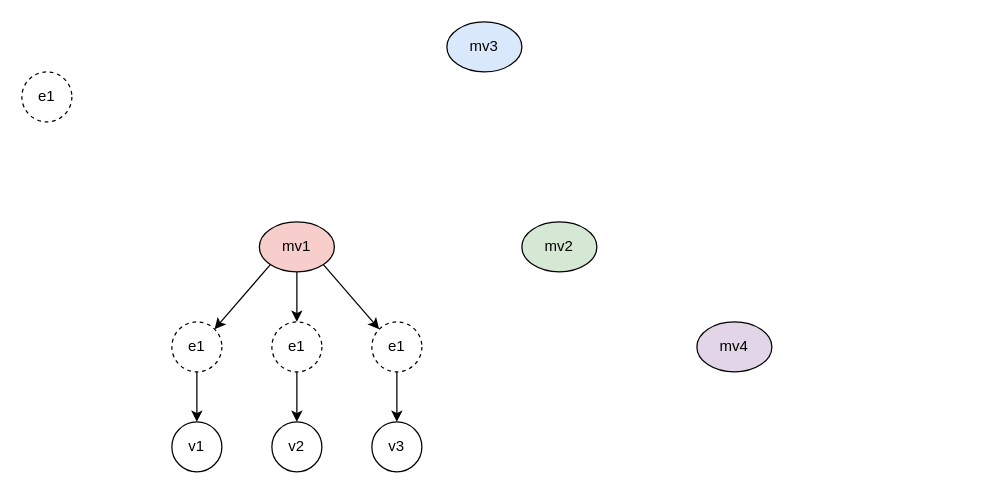
Above: page "Predicate form" (1 of 2) of FlattedMG_Simple.drawio in DMfananddu/MAG_Diploma (draw.io), before the change. Source tidied: cells renumbered, new cells numbered last; positions are measured from the earlier drawing's top-left corner, leaving out a move shared by most shapes. Both pictures are drawn from the tidied source at 125%, with x=0, y=0 at pixel (21, 21).
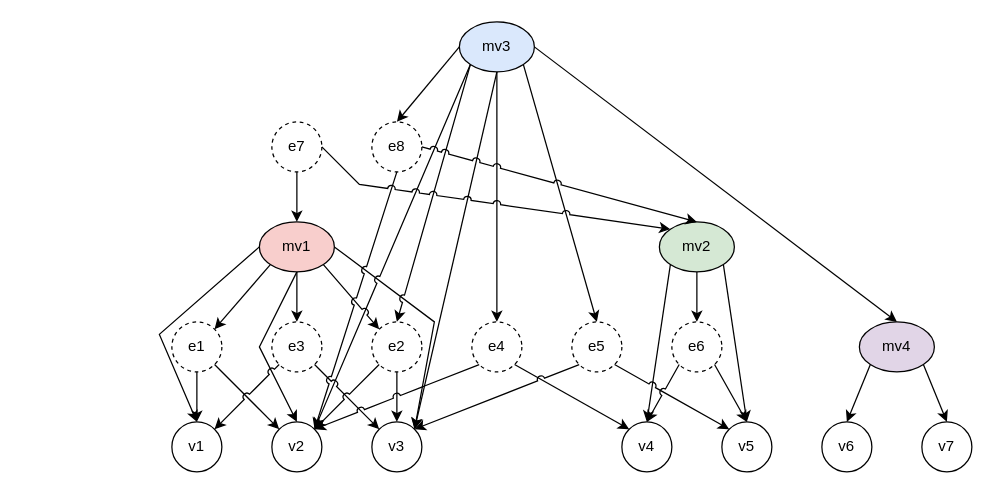
Above is the later version.

Unchanged cells that the change refers to:
```xml
<mxCell id="2" value="v1" style="ellipse;whiteSpace=wrap;html=1;fillColor=none;" parent="1" vertex="1">
  <mxGeometry x="120" y="320" width="40" height="40" as="geometry" />
</mxCell>
<mxCell id="10" value="mv1" style="ellipse;whiteSpace=wrap;html=1;fillColor=#f8cecc;strokeColor=#000000;" parent="1" vertex="1">
  <mxGeometry x="190" y="160" width="60" height="40" as="geometry" />
</mxCell>
<mxCell id="11" value="v2" style="ellipse;whiteSpace=wrap;html=1;fillColor=none;" parent="1" vertex="1">
  <mxGeometry x="200" y="320" width="40" height="40" as="geometry" />
</mxCell>
<mxCell id="12" value="v3" style="ellipse;whiteSpace=wrap;html=1;fillColor=none;" parent="1" vertex="1">
  <mxGeometry x="280" y="320" width="40" height="40" as="geometry" />
</mxCell>
<mxCell id="14" value="e1" style="ellipse;whiteSpace=wrap;html=1;fillColor=none;dashed=1;" parent="1" vertex="1">
  <mxGeometry x="120" y="240" width="40" height="40" as="geometry" />
</mxCell>
```

Change to the diagram source:
```diff
@@
+    <mxCell id="19" style="edgeStyle=none;rounded=0;jumpStyle=arc;jettySize=auto;html=1;exitX=0;exitY=1;exitDx=0;exitDy=0;entryX=0.5;entryY=0;entryDx=0;entryDy=0;" parent="1" edge="1" source="6" target="40">
+      <mxGeometry relative="1" as="geometry" />
+    </mxCell>
+    <mxCell id="20" style="edgeStyle=none;rounded=0;jumpStyle=arc;jettySize=auto;html=1;exitX=1;exitY=0.5;exitDx=0;exitDy=0;entryX=1;entryY=0;entryDx=0;entryDy=0;" parent="1" edge="1" source="10" target="12">
+      <mxGeometry relative="1" as="geometry">
+        <Array as="points">
+          <mxPoint x="330" y="240" />
+        </Array>
+      </mxGeometry>
+    </mxCell>
+    <mxCell id="21" style="edgeStyle=none;rounded=0;jumpStyle=arc;jettySize=auto;html=1;exitX=0;exitY=1;exitDx=0;exitDy=0;entryX=1;entryY=0;entryDx=0;entryDy=0;" parent="1" edge="1" source="5" target="11">
+      <mxGeometry relative="1" as="geometry" />
+    </mxCell>
+    <mxCell id="22" style="edgeStyle=none;rounded=0;jumpStyle=arc;jettySize=auto;html=1;exitX=1;exitY=1;exitDx=0;exitDy=0;entryX=0;entryY=0;entryDx=0;entryDy=0;" parent="1" edge="1" source="54" target="41">
+      <mxGeometry relative="1" as="geometry" />
+    </mxCell>
+    <mxCell id="23" style="edgeStyle=none;rounded=0;jumpStyle=arc;jettySize=auto;html=1;exitX=0.5;exitY=1;exitDx=0;exitDy=0;entryX=0.5;entryY=0;entryDx=0;entryDy=0;" parent="1" edge="1" source="10" target="11">
+      <mxGeometry relative="1" as="geometry">
+        <Array as="points">
+          <mxPoint x="190" y="260" />
+        </Array>
+      </mxGeometry>
+    </mxCell>
@@
+    <mxCell id="24" style="edgeStyle=none;rounded=0;jumpStyle=arc;jettySize=auto;html=1;exitX=0.5;exitY=1;exitDx=0;exitDy=0;entryX=0.5;entryY=0;entryDx=0;entryDy=0;" parent="1" edge="1" source="3" target="10">
+      <mxGeometry relative="1" as="geometry" />
+    </mxCell>
-    <mxCell id="3" value="e1" style="ellipse;whiteSpace=wrap;html=1;fillColor=none;dashed=1;" parent="1" vertex="1">
-      <mxGeometry y="40" width="40" height="40" as="geometry" />
+    <mxCell id="3" value="e7" style="ellipse;whiteSpace=wrap;html=1;fillColor=none;dashed=1;" parent="1" vertex="1">
+      <mxGeometry x="200" y="80" width="40" height="40" as="geometry" />
     </mxCell>
+    <mxCell id="25" style="edgeStyle=none;rounded=0;jumpStyle=arc;jettySize=auto;html=1;exitX=0;exitY=1;exitDx=0;exitDy=0;entryX=0.5;entryY=0;entryDx=0;entryDy=0;" parent="1" edge="1" source="4" target="42">
+      <mxGeometry relative="1" as="geometry" />
+    </mxCell>
+    <mxCell id="26" style="edgeStyle=none;rounded=0;jumpStyle=arc;jettySize=auto;html=1;exitX=1;exitY=1;exitDx=0;exitDy=0;entryX=0.5;entryY=0;entryDx=0;entryDy=0;" parent="1" edge="1" source="4" target="43">
+      <mxGeometry relative="1" as="geometry" />
+    </mxCell>
     <mxCell id="4" value="mv4" style="ellipse;whiteSpace=wrap;html=1;fillColor=#e1d5e7;strokeColor=#000000;" parent="1" vertex="1">
-      <mxGeometry x="540" y="240" width="60" height="40" as="geometry" />
+      <mxGeometry x="670" y="240" width="60" height="40" as="geometry" />
     </mxCell>
+    <mxCell id="27" style="edgeStyle=none;rounded=0;jumpStyle=arc;jettySize=auto;html=1;exitX=0;exitY=1;exitDx=0;exitDy=0;entryX=0.5;entryY=0;entryDx=0;entryDy=0;" parent="1" edge="1" source="5" target="18">
+      <mxGeometry relative="1" as="geometry" />
+    </mxCell>
+    <mxCell id="28" style="edgeStyle=none;rounded=0;jumpStyle=arc;jettySize=auto;html=1;exitX=0;exitY=0.5;exitDx=0;exitDy=0;entryX=0.5;entryY=0;entryDx=0;entryDy=0;" parent="1" edge="1" source="5" target="49">
+      <mxGeometry relative="1" as="geometry" />
+    </mxCell>
+    <mxCell id="29" style="edgeStyle=none;rounded=0;jumpStyle=arc;jettySize=auto;html=1;exitX=0.5;exitY=1;exitDx=0;exitDy=0;entryX=0.5;entryY=0;entryDx=0;entryDy=0;" parent="1" edge="1" source="5" target="52">
+      <mxGeometry relative="1" as="geometry" />
+    </mxCell>
+    <mxCell id="30" style="edgeStyle=none;rounded=0;jumpStyle=arc;jettySize=auto;html=1;exitX=1;exitY=1;exitDx=0;exitDy=0;entryX=0.5;entryY=0;entryDx=0;entryDy=0;" parent="1" edge="1" source="5" target="54">
+      <mxGeometry relative="1" as="geometry" />
+    </mxCell>
+    <mxCell id="31" style="edgeStyle=none;rounded=0;jumpStyle=arc;jettySize=auto;html=1;exitX=1;exitY=0.5;exitDx=0;exitDy=0;entryX=0.5;entryY=0;entryDx=0;entryDy=0;" parent="1" edge="1" source="5" target="4">
+      <mxGeometry relative="1" as="geometry" />
+    </mxCell>
+    <mxCell id="32" style="edgeStyle=none;rounded=0;jumpStyle=arc;jettySize=auto;html=1;exitX=0.5;exitY=1;exitDx=0;exitDy=0;entryX=1;entryY=0;entryDx=0;entryDy=0;" parent="1" edge="1" source="5" target="12">
+      <mxGeometry relative="1" as="geometry" />
+    </mxCell>
     <mxCell id="5" value="mv3" style="ellipse;whiteSpace=wrap;html=1;fillColor=#dae8fc;strokeColor=#000000;" parent="1" vertex="1">
-      <mxGeometry x="340" width="60" height="40" as="geometry" />
+      <mxGeometry x="350" width="60" height="40" as="geometry" />
     </mxCell>
+    <mxCell id="33" style="edgeStyle=none;rounded=0;jumpStyle=arc;jettySize=auto;html=1;exitX=0.5;exitY=1;exitDx=0;exitDy=0;entryX=0.5;entryY=0;entryDx=0;entryDy=0;" parent="1" edge="1" source="6" target="46">
+      <mxGeometry relative="1" as="geometry" />
+    </mxCell>
+    <mxCell id="34" style="edgeStyle=none;rounded=0;jumpStyle=arc;jettySize=auto;html=1;exitX=1;exitY=1;exitDx=0;exitDy=0;entryX=0.5;entryY=0;entryDx=0;entryDy=0;" parent="1" edge="1" source="6" target="41">
+      <mxGeometry relative="1" as="geometry" />
+    </mxCell>
     <mxCell id="6" value="mv2" style="ellipse;whiteSpace=wrap;html=1;fillColor=#d5e8d4;strokeColor=#000000;" parent="1" vertex="1">
-      <mxGeometry x="400" y="160" width="60" height="40" as="geometry" />
+      <mxGeometry x="510" y="160" width="60" height="40" as="geometry" />
     </mxCell>
-    <mxCell id="7" style="edgeStyle=none;rounded=0;jettySize=auto;html=1;exitX=0;exitY=1;exitDx=0;exitDy=0;entryX=1;entryY=0;entryDx=0;entryDy=0;" parent="1" edge="1" source="10" target="14">
+    <mxCell id="7" style="edgeStyle=none;rounded=0;jettySize=auto;html=1;exitX=0;exitY=1;exitDx=0;exitDy=0;entryX=1;entryY=0;entryDx=0;entryDy=0;jumpStyle=arc;" parent="1" edge="1" source="10" target="14">
       <mxGeometry relative="1" as="geometry" />
     </mxCell>
-    <mxCell id="8" style="edgeStyle=none;rounded=0;jettySize=auto;html=1;exitX=0.5;exitY=1;exitDx=0;exitDy=0;entryX=0.5;entryY=0;entryDx=0;entryDy=0;" parent="1" edge="1" source="10" target="16">
+    <mxCell id="8" style="edgeStyle=none;rounded=0;jettySize=auto;html=1;exitX=0.5;exitY=1;exitDx=0;exitDy=0;entryX=0.5;entryY=0;entryDx=0;entryDy=0;jumpStyle=arc;" parent="1" edge="1" source="10" target="16">
       <mxGeometry relative="1" as="geometry" />
     </mxCell>
-    <mxCell id="9" style="edgeStyle=none;rounded=0;jettySize=auto;html=1;exitX=1;exitY=1;exitDx=0;exitDy=0;entryX=0;entryY=0;entryDx=0;entryDy=0;" parent="1" edge="1" source="10" target="18">
+    <mxCell id="9" style="edgeStyle=none;rounded=0;jettySize=auto;html=1;exitX=1;exitY=1;exitDx=0;exitDy=0;entryX=0;entryY=0;entryDx=0;entryDy=0;jumpStyle=arc;" parent="1" edge="1" source="10" target="18">
       <mxGeometry relative="1" as="geometry" />
     </mxCell>
+    <mxCell id="35" style="edgeStyle=none;rounded=0;jumpStyle=arc;jettySize=auto;html=1;exitX=0;exitY=0.5;exitDx=0;exitDy=0;entryX=0.5;entryY=0;entryDx=0;entryDy=0;" parent="1" edge="1" source="10" target="2">
+      <mxGeometry relative="1" as="geometry">
+        <Array as="points">
+          <mxPoint x="110" y="250" />
+        </Array>
+      </mxGeometry>
+    </mxCell>
@@
-    <mxCell id="13" style="edgeStyle=none;rounded=0;jettySize=auto;html=1;exitX=0.5;exitY=1;exitDx=0;exitDy=0;entryX=0.5;entryY=0;entryDx=0;entryDy=0;" parent="1" edge="1" source="14" target="2">
+    <mxCell id="13" style="edgeStyle=none;rounded=0;jettySize=auto;html=1;exitX=0.5;exitY=1;exitDx=0;exitDy=0;entryX=0.5;entryY=0;entryDx=0;entryDy=0;jumpStyle=arc;" parent="1" edge="1" source="14" target="2">
       <mxGeometry relative="1" as="geometry" />
     </mxCell>
+    <mxCell id="36" style="edgeStyle=none;rounded=0;jettySize=auto;html=1;exitX=1;exitY=1;exitDx=0;exitDy=0;entryX=0;entryY=0;entryDx=0;entryDy=0;jumpStyle=arc;" parent="1" edge="1" source="14" target="11">
+      <mxGeometry relative="1" as="geometry" />
+    </mxCell>
@@
-    <mxCell id="15" style="edgeStyle=none;rounded=0;jettySize=auto;html=1;exitX=0.5;exitY=1;exitDx=0;exitDy=0;entryX=0.5;entryY=0;entryDx=0;entryDy=0;" parent="1" edge="1" source="16" target="11">
-      <mxGeometry relative="1" as="geometry" />
-    </mxCell>
+    <mxCell id="37" style="edgeStyle=none;rounded=0;jettySize=auto;html=1;exitX=0;exitY=1;exitDx=0;exitDy=0;entryX=1;entryY=0;entryDx=0;entryDy=0;jumpStyle=arc;" parent="1" edge="1" source="16" target="2">
+      <mxGeometry relative="1" as="geometry" />
+    </mxCell>
+    <mxCell id="38" style="edgeStyle=none;rounded=0;jettySize=auto;html=1;exitX=1;exitY=1;exitDx=0;exitDy=0;entryX=0;entryY=0;entryDx=0;entryDy=0;jumpStyle=arc;" parent="1" edge="1" source="16" target="12">
+      <mxGeometry relative="1" as="geometry" />
+    </mxCell>
-    <mxCell id="16" value="e1" style="ellipse;whiteSpace=wrap;html=1;fillColor=none;dashed=1;" parent="1" vertex="1">
+    <mxCell id="16" value="e3" style="ellipse;whiteSpace=wrap;html=1;fillColor=none;dashed=1;" parent="1" vertex="1">
       <mxGeometry x="200" y="240" width="40" height="40" as="geometry" />
     </mxCell>
-    <mxCell id="17" style="edgeStyle=none;rounded=0;jettySize=auto;html=1;exitX=0.5;exitY=1;exitDx=0;exitDy=0;entryX=0.5;entryY=0;entryDx=0;entryDy=0;" parent="1" edge="1" source="18" target="12">
+    <mxCell id="17" style="edgeStyle=none;rounded=0;jettySize=auto;html=1;exitX=0.5;exitY=1;exitDx=0;exitDy=0;entryX=0.5;entryY=0;entryDx=0;entryDy=0;jumpStyle=arc;" parent="1" edge="1" source="18" target="12">
       <mxGeometry relative="1" as="geometry" />
     </mxCell>
+    <mxCell id="39" style="edgeStyle=none;rounded=0;jettySize=auto;html=1;exitX=0;exitY=1;exitDx=0;exitDy=0;entryX=1;entryY=0;entryDx=0;entryDy=0;jumpStyle=arc;" parent="1" edge="1" source="18" target="11">
+      <mxGeometry relative="1" as="geometry" />
+    </mxCell>
-    <mxCell id="18" value="e1" style="ellipse;whiteSpace=wrap;html=1;fillColor=none;dashed=1;" parent="1" vertex="1">
+    <mxCell id="18" value="e2" style="ellipse;whiteSpace=wrap;html=1;fillColor=none;dashed=1;" parent="1" vertex="1">
       <mxGeometry x="280" y="240" width="40" height="40" as="geometry" />
     </mxCell>
+    <mxCell id="40" value="v4" style="ellipse;whiteSpace=wrap;html=1;fillColor=none;" parent="1" vertex="1">
+      <mxGeometry x="480" y="320" width="40" height="40" as="geometry" />
+    </mxCell>
+    <mxCell id="41" value="v5" style="ellipse;whiteSpace=wrap;html=1;fillColor=none;" parent="1" vertex="1">
+      <mxGeometry x="560" y="320" width="40" height="40" as="geometry" />
+    </mxCell>
+    <mxCell id="42" value="v6" style="ellipse;whiteSpace=wrap;html=1;fillColor=none;" parent="1" vertex="1">
+      <mxGeometry x="640" y="320" width="40" height="40" as="geometry" />
+    </mxCell>
+    <mxCell id="43" value="v7" style="ellipse;whiteSpace=wrap;html=1;fillColor=none;" parent="1" vertex="1">
+      <mxGeometry x="720" y="320" width="40" height="40" as="geometry" />
+    </mxCell>
+    <mxCell id="44" style="edgeStyle=none;rounded=0;jumpStyle=arc;jettySize=auto;html=1;exitX=0;exitY=1;exitDx=0;exitDy=0;entryX=0.5;entryY=0;entryDx=0;entryDy=0;" parent="1" edge="1" source="46" target="40">
+      <mxGeometry relative="1" as="geometry" />
+    </mxCell>
+    <mxCell id="45" style="edgeStyle=none;rounded=0;jumpStyle=arc;jettySize=auto;html=1;exitX=1;exitY=1;exitDx=0;exitDy=0;entryX=0.5;entryY=0;entryDx=0;entryDy=0;" parent="1" edge="1" source="46" target="41">
+      <mxGeometry relative="1" as="geometry" />
+    </mxCell>
+    <mxCell id="46" value="e6" style="ellipse;whiteSpace=wrap;html=1;fillColor=none;dashed=1;" parent="1" vertex="1">
+      <mxGeometry x="520" y="240" width="40" height="40" as="geometry" />
+    </mxCell>
+    <mxCell id="47" style="edgeStyle=none;rounded=0;jumpStyle=arc;jettySize=auto;html=1;exitX=0.5;exitY=1;exitDx=0;exitDy=0;entryX=1;entryY=0;entryDx=0;entryDy=0;" parent="1" edge="1" source="49" target="11">
+      <mxGeometry relative="1" as="geometry" />
+    </mxCell>
+    <mxCell id="48" style="edgeStyle=none;rounded=0;jumpStyle=arc;jettySize=auto;html=1;exitX=1;exitY=0.5;exitDx=0;exitDy=0;entryX=0.5;entryY=0;entryDx=0;entryDy=0;" parent="1" edge="1" source="49" target="6">
+      <mxGeometry relative="1" as="geometry" />
+    </mxCell>
+    <mxCell id="49" value="e8" style="ellipse;whiteSpace=wrap;html=1;fillColor=none;dashed=1;" parent="1" vertex="1">
+      <mxGeometry x="280" y="80" width="40" height="40" as="geometry" />
+    </mxCell>
+    <mxCell id="50" style="edgeStyle=none;rounded=0;jumpStyle=arc;jettySize=auto;html=1;exitX=0;exitY=1;exitDx=0;exitDy=0;entryX=1;entryY=0;entryDx=0;entryDy=0;" parent="1" edge="1" source="52" target="11">
+      <mxGeometry relative="1" as="geometry" />
+    </mxCell>
+    <mxCell id="51" style="edgeStyle=none;rounded=0;jumpStyle=arc;jettySize=auto;html=1;exitX=1;exitY=1;exitDx=0;exitDy=0;entryX=0;entryY=0;entryDx=0;entryDy=0;" parent="1" edge="1" source="52" target="40">
+      <mxGeometry relative="1" as="geometry" />
+    </mxCell>
+    <mxCell id="52" value="e4" style="ellipse;whiteSpace=wrap;html=1;fillColor=none;dashed=1;" parent="1" vertex="1">
+      <mxGeometry x="360" y="240" width="40" height="40" as="geometry" />
+    </mxCell>
+    <mxCell id="53" style="edgeStyle=none;rounded=0;jumpStyle=arc;jettySize=auto;html=1;exitX=0;exitY=1;exitDx=0;exitDy=0;entryX=1;entryY=0;entryDx=0;entryDy=0;" parent="1" edge="1" source="54" target="12">
+      <mxGeometry relative="1" as="geometry" />
+    </mxCell>
+    <mxCell id="54" value="e5" style="ellipse;whiteSpace=wrap;html=1;fillColor=none;dashed=1;" parent="1" vertex="1">
+      <mxGeometry x="440" y="240" width="40" height="40" as="geometry" />
+    </mxCell>
+    <mxCell id="55" style="edgeStyle=none;rounded=0;jumpStyle=arc;jettySize=auto;html=1;exitX=1;exitY=0.5;exitDx=0;exitDy=0;entryX=0;entryY=0;entryDx=0;entryDy=0;" parent="1" edge="1" source="3" target="6">
+      <mxGeometry relative="1" as="geometry">
+        <Array as="points">
+          <mxPoint x="270" y="130" />
+        </Array>
+      </mxGeometry>
+    </mxCell>
```
